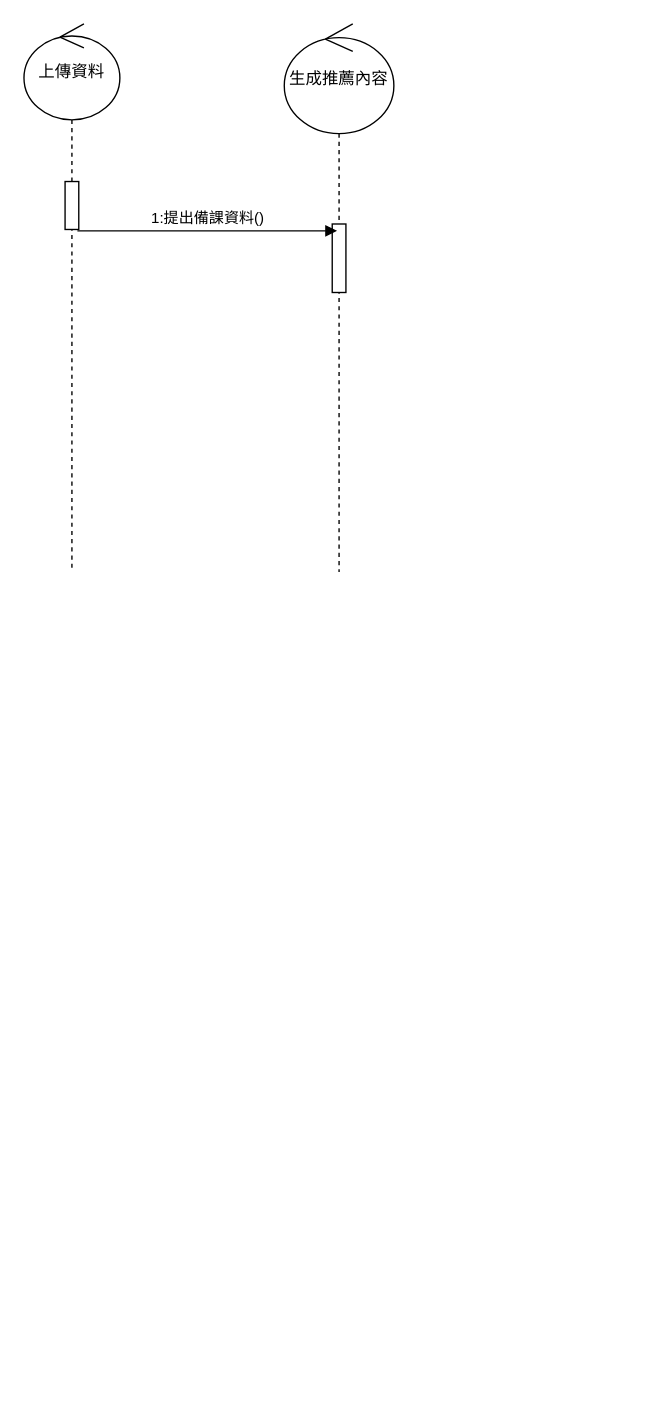
Above: page "老師身分" (1 of 2) of 循序圖(建議資料).drawio in Kevincheng0804/System-analysis (draw.io), before the change. Source tidied: cells renumbered, new cells numbered last; positions are measured from the earlier drawing's top-left corner, leaving out a move shared by most shapes. Both pictures are drawn from the tidied source at 137%, with x=0, y=0 at pixel (23, 23).
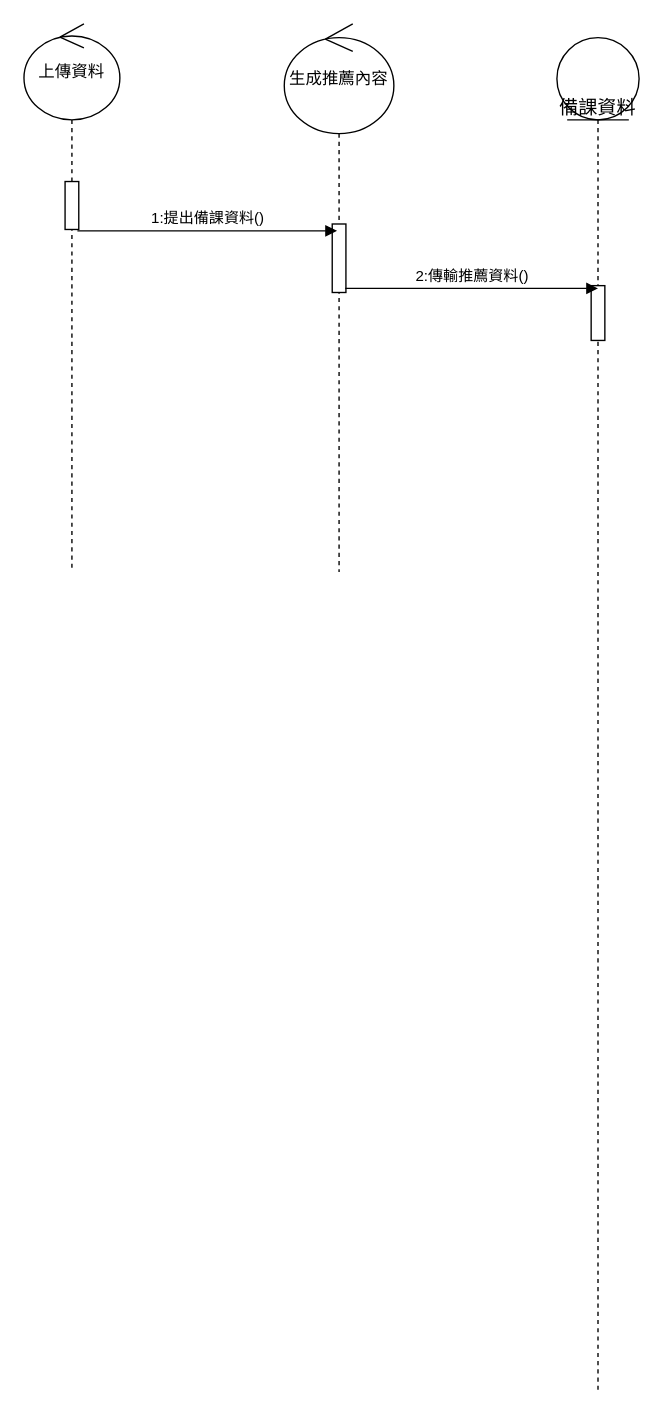
After the change.

The edit, as a diff of the source:
```diff
@@
 <mxGraphModel>
   <root>
     <mxCell id="0" />
     <mxCell id="1" parent="0" />
     <mxCell id="2" value="上傳資料" style="shape=umlLifeline;perimeter=lifelinePerimeter;whiteSpace=wrap;html=1;newEdgeStyle={&quot;curved&quot;:0,&quot;rounded&quot;:0};participant=umlControl;size=70;" parent="1" vertex="1">
       <mxGeometry width="70" height="400" as="geometry" />
     </mxCell>
     <mxCell id="3" style="html=1;perimeter=orthogonalPerimeter;targetShapes=umlLifeline;newEdgeStyle={&quot;curved&quot;:0,&quot;rounded&quot;:0};" parent="2" vertex="1">
       <mxGeometry x="30" y="115" width="10" height="35" as="geometry" />
     </mxCell>
     <mxCell id="4" value="生成推薦內容" style="shape=umlLifeline;perimeter=lifelinePerimeter;whiteSpace=wrap;html=1;newEdgeStyle={&quot;curved&quot;:0,&quot;rounded&quot;:0};participant=umlControl;size=80;" parent="1" vertex="1">
       <mxGeometry x="190" width="80" height="400" as="geometry" />
     </mxCell>
     <mxCell id="5" style="html=1;perimeter=orthogonalPerimeter;targetShapes=umlLifeline;newEdgeStyle={&quot;curved&quot;:0,&quot;rounded&quot;:0};" parent="4" vertex="1">
       <mxGeometry x="35" y="146" width="10" height="50" as="geometry" />
     </mxCell>
     <mxCell id="6" value="1:提出備課資料()" style="html=1;verticalAlign=bottom;startArrow=none;startFill=0;endArrow=block;startSize=8;" parent="1" edge="1">
       <mxGeometry relative="1" as="geometry">
         <mxPoint x="39" y="151" as="sourcePoint" />
         <mxPoint x="228.5" y="151" as="targetPoint" />
       </mxGeometry>
     </mxCell>
+    <mxCell id="7" value="備課資料" style="shape=umlLifeline;participant=umlEntity;perimeter=lifelinePerimeter;whiteSpace=wrap;html=1;verticalAlign=top;spacingTop=36;fontSize=14;size=60;" parent="1" vertex="1">
+      <mxGeometry x="389" y="10" width="60" height="990" as="geometry" />
+    </mxCell>
+    <mxCell id="8" style="html=1;perimeter=orthogonalPerimeter;" parent="7" vertex="1">
+      <mxGeometry x="25" y="181" width="10" height="40" as="geometry" />
+    </mxCell>
+    <mxCell id="9" value="2:傳輸推薦資料()" style="html=1;verticalAlign=bottom;startArrow=none;startFill=0;endArrow=block;startSize=8;" parent="1" edge="1">
+      <mxGeometry relative="1" as="geometry">
+        <mxPoint x="234.5" y="193" as="sourcePoint" />
+        <mxPoint x="419" y="193" as="targetPoint" />
+      </mxGeometry>
+    </mxCell>
   </root>
 </mxGraphModel>
```
